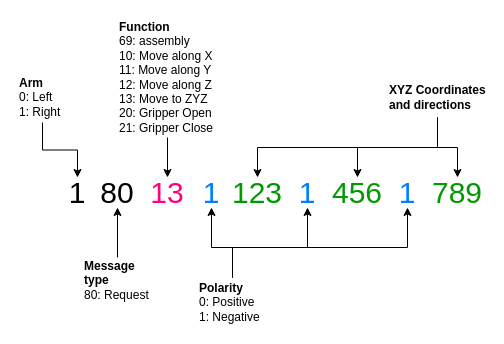
Earlier version of the draw.io diagram inmsg_sructure.drawio (GreatSharky/CoHSCI). Source tidied: cells renumbered, new cells numbered last; positions are measured from the earlier drawing's top-left corner, leaving out a move shared by most shapes. Both pictures are drawn from the tidied source at 100%, with x=0, y=0 at pixel (17, 17).
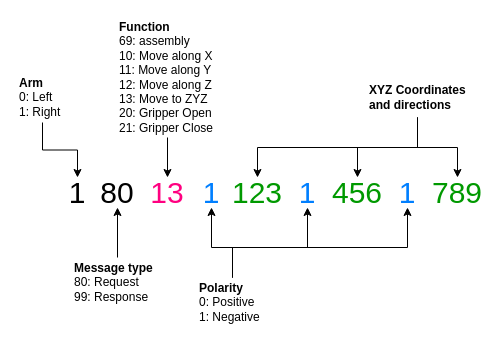
After the change.

Unchanged cells that the change refers to:
```xml
<mxCell id="6" value="&lt;span style=&quot;font-size: 30px;&quot;&gt;123&lt;/span&gt;" style="text;html=1;whiteSpace=wrap;strokeColor=none;fillColor=none;align=center;verticalAlign=middle;rounded=0;textShadow=0;fontColor=#009900;" parent="1" vertex="1">
  <mxGeometry x="210" y="160" width="60" height="30" as="geometry" />
</mxCell>
<mxCell id="8" value="&lt;span style=&quot;font-size: 30px;&quot;&gt;456&lt;/span&gt;" style="text;html=1;whiteSpace=wrap;strokeColor=none;fillColor=none;align=center;verticalAlign=middle;rounded=0;fontColor=#009900;" parent="1" vertex="1">
  <mxGeometry x="310" y="160" width="60" height="30" as="geometry" />
</mxCell>
<mxCell id="10" value="&lt;span style=&quot;font-size: 30px;&quot;&gt;789&lt;/span&gt;" style="text;html=1;whiteSpace=wrap;strokeColor=none;fillColor=none;align=center;verticalAlign=middle;rounded=0;fontColor=#009900;" parent="1" vertex="1">
  <mxGeometry x="410" y="160" width="60" height="30" as="geometry" />
</mxCell>
```

Change to the diagram source:
```diff
@@
     <mxCell id="15" style="edgeStyle=orthogonalEdgeStyle;rounded=0;jettySize=auto;html=1;" parent="1" edge="1" source="18" target="10">
       <mxGeometry relative="1" as="geometry">
         <Array as="points">
-          <mxPoint x="420" y="130" />
+          <mxPoint x="400" y="130" />
           <mxPoint x="440" y="130" />
         </Array>
       </mxGeometry>
     </mxCell>
     <mxCell id="16" style="edgeStyle=orthogonalEdgeStyle;rounded=0;jettySize=auto;html=1;" parent="1" edge="1" source="18" target="8">
       <mxGeometry relative="1" as="geometry">
         <Array as="points">
-          <mxPoint x="420" y="130" />
+          <mxPoint x="400" y="130" />
           <mxPoint x="340" y="130" />
         </Array>
       </mxGeometry>
     </mxCell>
     <mxCell id="17" style="edgeStyle=orthogonalEdgeStyle;rounded=0;jettySize=auto;html=1;" parent="1" edge="1" source="18" target="6">
       <mxGeometry relative="1" as="geometry">
         <Array as="points">
-          <mxPoint x="420" y="130" />
+          <mxPoint x="400" y="130" />
           <mxPoint x="240" y="130" />
         </Array>
       </mxGeometry>
     </mxCell>
     <mxCell id="18" value="&lt;b&gt;XYZ Coordinates and directions&lt;/b&gt;" style="text;html=1;whiteSpace=wrap;strokeColor=none;fillColor=none;align=left;verticalAlign=middle;rounded=0;" parent="1" vertex="1">
-      <mxGeometry x="370" y="60" width="100" height="40" as="geometry" />
+      <mxGeometry x="350" y="60" width="100" height="40" as="geometry" />
     </mxCell>
@@
-    <mxCell id="22" value="&lt;b&gt;Message type&lt;/b&gt;&lt;div&gt;80: Request&lt;/div&gt;&lt;div&gt;&lt;br&gt;&lt;/div&gt;" style="text;html=1;whiteSpace=wrap;strokeColor=none;fillColor=none;align=left;verticalAlign=middle;rounded=0;" parent="1" vertex="1">
-      <mxGeometry x="65" y="240" width="70" height="60" as="geometry" />
+    <mxCell id="22" value="&lt;b&gt;Message type&lt;/b&gt;&lt;div&gt;80: Request&lt;/div&gt;&lt;div&gt;99: Response&lt;/div&gt;" style="text;html=1;whiteSpace=wrap;strokeColor=none;fillColor=none;align=left;verticalAlign=middle;rounded=0;" parent="1" vertex="1">
+      <mxGeometry x="55" y="240" width="90" height="50" as="geometry" />
     </mxCell>
```
